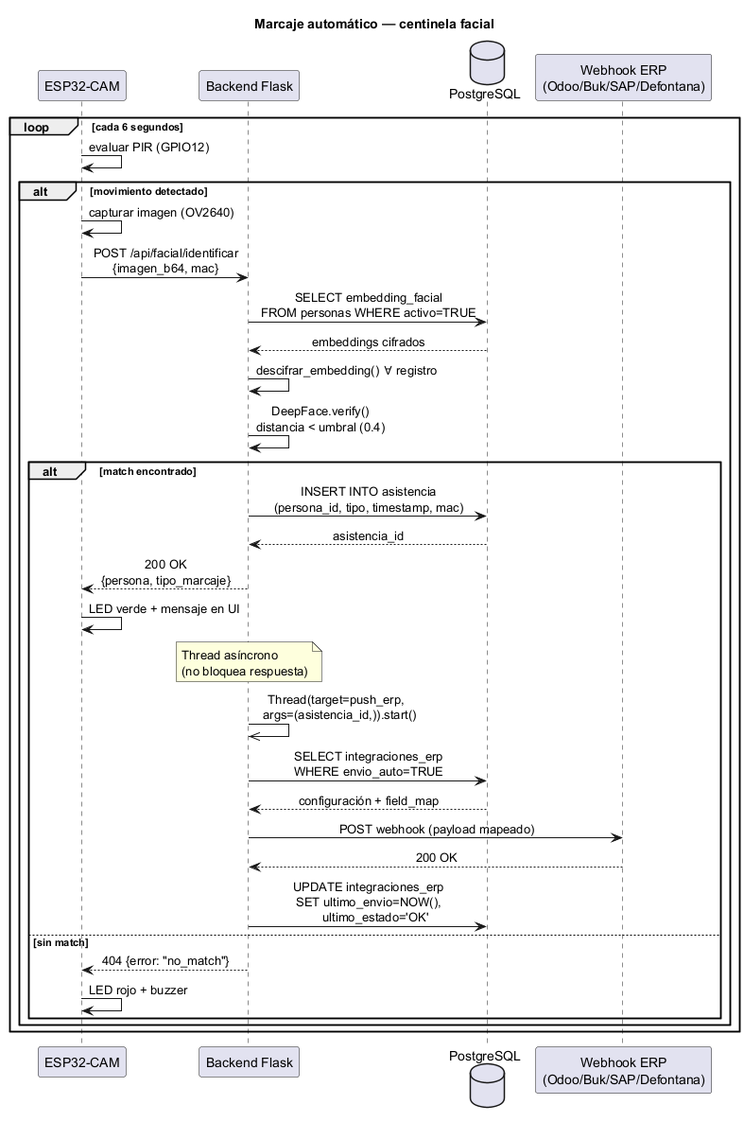
BorgTb/AsistenciaBackendFinal keeps this PlantUML diagram as Informe/diagrams/flujo_marcaje_automatico.png. Above is the earlier version.
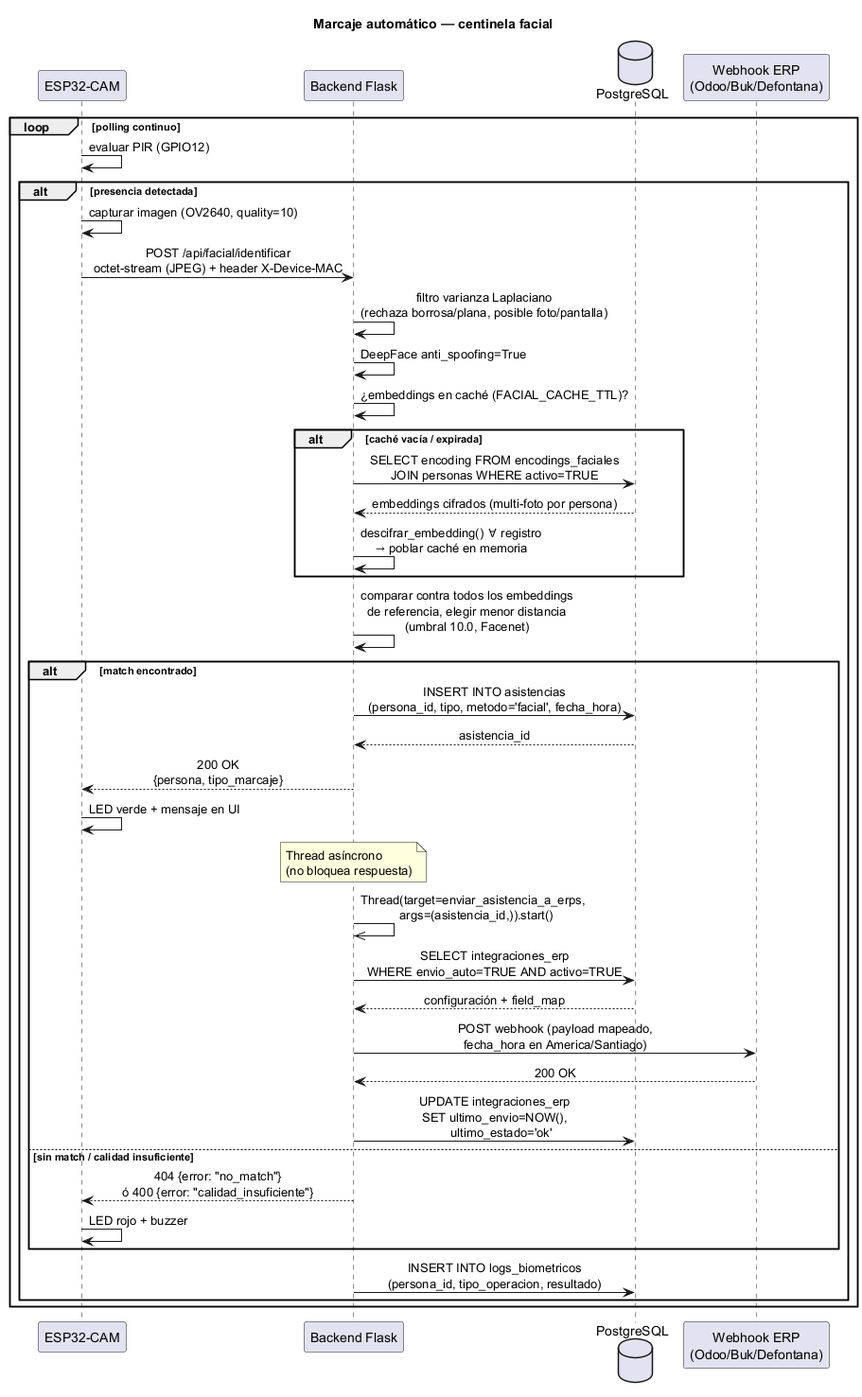
After the change.

Change to the diagram source:
```diff
@@ -7,36 +7,42 @@
 participant "ESP32-CAM" as ESP32
 participant "Backend Flask" as Backend
 database "PostgreSQL" as DB
-participant "Webhook ERP\n(Odoo/Buk/SAP/Defontana)" as ERP
+participant "Webhook ERP\n(Odoo/Buk/Defontana)" as ERP
 
-loop cada 6 segundos
+loop polling continuo
   ESP32 -> ESP32 : evaluar PIR (GPIO12)
-  alt movimiento detectado
-    ESP32 -> ESP32 : capturar imagen (OV2640)
-    ESP32 -> Backend : POST /api/facial/identificar\n{imagen_b64, mac}
+  alt presencia detectada
+    ESP32 -> ESP32 : capturar imagen (OV2640, quality=10)
+    ESP32 -> Backend : POST /api/facial/identificar\noctet-stream (JPEG) + header X-Device-MAC
 
-    Backend -> DB : SELECT embedding_facial\nFROM personas WHERE activo=TRUE
-    DB --> Backend : embeddings cifrados
-    Backend -> Backend : descifrar_embedding() ∀ registro
-    Backend -> Backend : DeepFace.verify()\ndistancia < umbral (0.4)
+    Backend -> Backend : filtro varianza Laplaciano\n(rechaza borrosa/plana, posible foto/pantalla)
+    Backend -> Backend : DeepFace anti_spoofing=True
+    Backend -> Backend : ¿embeddings en caché (FACIAL_CACHE_TTL)?
+    alt caché vacía / expirada
+      Backend -> DB : SELECT encoding FROM encodings_faciales\nJOIN personas WHERE activo=TRUE
+      DB --> Backend : embeddings cifrados (multi-foto por persona)
+      Backend -> Backend : descifrar_embedding() ∀ registro\n→ poblar caché en memoria
+    end
+    Backend -> Backend : comparar contra todos los embeddings\nde referencia, elegir menor distancia\n(umbral 10.0, Facenet)
 
     alt match encontrado
-      Backend -> DB : INSERT INTO asistencia\n(persona_id, tipo, timestamp, mac)
+      Backend -> DB : INSERT INTO asistencias\n(persona_id, tipo, metodo='facial', fecha_hora)
       DB --> Backend : asistencia_id
       Backend --> ESP32 : 200 OK\n{persona, tipo_marcaje}
       ESP32 -> ESP32 : LED verde + mensaje en UI
 
       note over Backend : Thread asíncrono\n(no bloquea respuesta)
-      Backend ->> Backend : Thread(target=push_erp,\n  args=(asistencia_id,)).start()
-      Backend -> DB : SELECT integraciones_erp\nWHERE envio_auto=TRUE
+      Backend ->> Backend : Thread(target=enviar_asistencia_a_erps,\n  args=(asistencia_id,)).start()
+      Backend -> DB : SELECT integraciones_erp\nWHERE envio_auto=TRUE AND activo=TRUE
       DB --> Backend : configuración + field_map
-      Backend -> ERP : POST webhook (payload mapeado)
+      Backend -> ERP : POST webhook (payload mapeado,\nfecha_hora en America/Santiago)
       ERP --> Backend : 200 OK
-      Backend -> DB : UPDATE integraciones_erp\nSET ultimo_envio=NOW(),\n    ultimo_estado='OK'
-    else sin match
-      Backend --> ESP32 : 404 {error: "no_match"}
+      Backend -> DB : UPDATE integraciones_erp\nSET ultimo_envio=NOW(),\n    ultimo_estado='ok'
+    else sin match / calidad insuficiente
+      Backend --> ESP32 : 404 {error: "no_match"}\nó 400 {error: "calidad_insuficiente"}
       ESP32 -> ESP32 : LED rojo + buzzer
     end
+    Backend -> DB : INSERT INTO logs_biometricos\n(persona_id, tipo_operacion, resultado)
   end
 end
 
```
